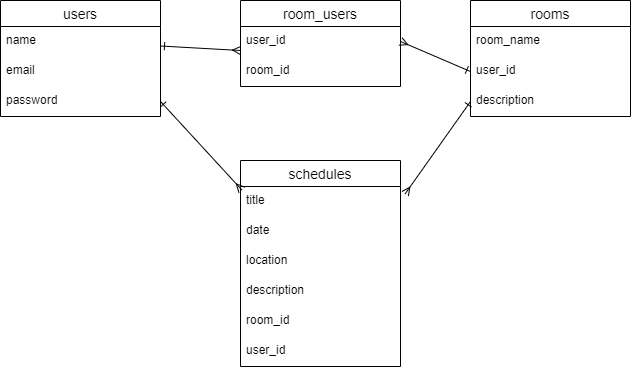
Above: schedule.png in moritak40123/scheduleapp (draw.io), before the change. Source tidied: cells renumbered, new cells last; positions are measured from the earlier drawing's top-left corner, leaving out a move shared by most shapes. The source it was exported from:
```xml
<mxGraphModel>
  <root>
    <mxCell id="0" />
    <mxCell id="1" parent="0" />
    <mxCell id="2" value="users" style="swimlane;fontStyle=0;horizontal=1;startSize=26;align=center;fontSize=14;" parent="1" vertex="1">
      <mxGeometry width="160" height="116" as="geometry" />
    </mxCell>
    <mxCell id="3" value="name" style="text;strokeColor=none;fillColor=none;spacingLeft=4;spacingRight=4;overflow=hidden;points=[[0,0.5],[1,0.5]];portConstraint=eastwest;fontSize=12;" parent="2" vertex="1">
      <mxGeometry y="26" width="160" height="30" as="geometry" />
    </mxCell>
    <mxCell id="4" value="email" style="text;strokeColor=none;fillColor=none;spacingLeft=4;spacingRight=4;overflow=hidden;fontSize=12;" parent="2" vertex="1">
      <mxGeometry y="56" width="160" height="30" as="geometry" />
    </mxCell>
    <mxCell id="5" value="password" style="text;strokeColor=none;fillColor=none;spacingLeft=4;spacingRight=4;overflow=hidden;points=[[0,0.5],[1,0.5]];portConstraint=eastwest;fontSize=12;" parent="2" vertex="1">
      <mxGeometry y="86" width="160" height="30" as="geometry" />
    </mxCell>
    <mxCell id="6" value="rooms" style="swimlane;fontStyle=0;horizontal=1;startSize=26;align=center;fontSize=14;" parent="1" vertex="1">
      <mxGeometry x="470" width="160" height="116" as="geometry" />
    </mxCell>
    <mxCell id="7" value="room_name" style="text;strokeColor=none;fillColor=none;spacingLeft=4;spacingRight=4;overflow=hidden;fontSize=12;" parent="6" vertex="1">
      <mxGeometry y="26" width="160" height="30" as="geometry" />
    </mxCell>
    <mxCell id="8" value="user_id" style="text;strokeColor=none;fillColor=none;spacingLeft=4;spacingRight=4;overflow=hidden;points=[[0,0.5],[1,0.5]];portConstraint=eastwest;fontSize=12;" parent="6" vertex="1">
      <mxGeometry y="56" width="160" height="30" as="geometry" />
    </mxCell>
    <mxCell id="9" value="description" style="text;strokeColor=none;fillColor=none;spacingLeft=4;spacingRight=4;overflow=hidden;points=[[0,0.5],[1,0.5]];portConstraint=eastwest;fontSize=12;" parent="6" vertex="1">
      <mxGeometry y="86" width="160" height="30" as="geometry" />
    </mxCell>
    <mxCell id="10" value="room_users" style="swimlane;fontStyle=0;horizontal=1;startSize=26;align=center;fontSize=14;" parent="1" vertex="1">
      <mxGeometry x="240" width="160" height="86" as="geometry" />
    </mxCell>
    <mxCell id="11" value="user_id" style="text;strokeColor=none;fillColor=none;spacingLeft=4;spacingRight=4;overflow=hidden;points=[[0,0.5],[1,0.5]];portConstraint=eastwest;fontSize=12;" parent="10" vertex="1">
      <mxGeometry y="26" width="160" height="30" as="geometry" />
    </mxCell>
    <mxCell id="12" value="room_id" style="text;strokeColor=none;fillColor=none;spacingLeft=4;spacingRight=4;overflow=hidden;fontSize=12;" parent="10" vertex="1">
      <mxGeometry y="56" width="160" height="30" as="geometry" />
    </mxCell>
    <mxCell id="13" value="schedules" style="swimlane;fontStyle=0;horizontal=1;startSize=26;align=center;fontSize=14;" parent="1" vertex="1">
      <mxGeometry x="240" y="160" width="160" height="206" as="geometry" />
    </mxCell>
    <mxCell id="14" value="title" style="text;strokeColor=none;fillColor=none;spacingLeft=4;spacingRight=4;overflow=hidden;points=[[0,0.5],[1,0.5]];portConstraint=eastwest;fontSize=12;" parent="13" vertex="1">
      <mxGeometry y="26" width="160" height="30" as="geometry" />
    </mxCell>
    <mxCell id="15" value="date" style="text;strokeColor=none;fillColor=none;spacingLeft=4;spacingRight=4;overflow=hidden;fontSize=12;" parent="13" vertex="1">
      <mxGeometry y="56" width="160" height="30" as="geometry" />
    </mxCell>
    <mxCell id="16" value="location" style="text;strokeColor=none;fillColor=none;spacingLeft=4;spacingRight=4;overflow=hidden;fontSize=12;" parent="13" vertex="1">
      <mxGeometry y="86" width="160" height="30" as="geometry" />
    </mxCell>
    <mxCell id="17" value="description" style="text;strokeColor=none;fillColor=none;spacingLeft=4;spacingRight=4;overflow=hidden;fontSize=12;" parent="13" vertex="1">
      <mxGeometry y="116" width="160" height="30" as="geometry" />
    </mxCell>
    <mxCell id="18" value="room_id" style="text;strokeColor=none;fillColor=none;spacingLeft=4;spacingRight=4;overflow=hidden;fontSize=12;" parent="13" vertex="1">
      <mxGeometry y="146" width="160" height="30" as="geometry" />
    </mxCell>
    <mxCell id="19" value="user_id" style="text;strokeColor=none;fillColor=none;spacingLeft=4;spacingRight=4;overflow=hidden;fontSize=12;" parent="13" vertex="1">
      <mxGeometry y="176" width="160" height="30" as="geometry" />
    </mxCell>
    <mxCell id="20" style="edgeStyle=none;html=1;entryX=0;entryY=0.8;entryDx=0;entryDy=0;endArrow=ERmany;endFill=0;entryPerimeter=0;startArrow=ERone;startFill=0;" parent="1" edge="1" source="3" target="11">
      <mxGeometry relative="1" as="geometry" />
    </mxCell>
    <mxCell id="21" style="edgeStyle=none;html=1;exitX=1;exitY=0.5;exitDx=0;exitDy=0;entryX=0;entryY=0.5;entryDx=0;entryDy=0;startArrow=ERmany;startFill=0;endArrow=ERone;endFill=0;" parent="1" edge="1" source="11" target="8">
      <mxGeometry relative="1" as="geometry" />
    </mxCell>
    <mxCell id="22" style="edgeStyle=none;html=1;exitX=0;exitY=0.5;exitDx=0;exitDy=0;entryX=1.029;entryY=0.244;entryDx=0;entryDy=0;startArrow=ERone;startFill=0;endArrow=ERmany;endFill=0;entryPerimeter=0;" parent="1" edge="1" source="9" target="14">
      <mxGeometry relative="1" as="geometry" />
    </mxCell>
    <mxCell id="23" style="edgeStyle=none;html=1;exitX=1;exitY=0.5;exitDx=0;exitDy=0;entryX=0.008;entryY=0.111;entryDx=0;entryDy=0;entryPerimeter=0;startArrow=ERone;startFill=0;endArrow=ERmany;endFill=0;" parent="1" edge="1" source="5" target="14">
      <mxGeometry relative="1" as="geometry" />
    </mxCell>
  </root>
</mxGraphModel>
```
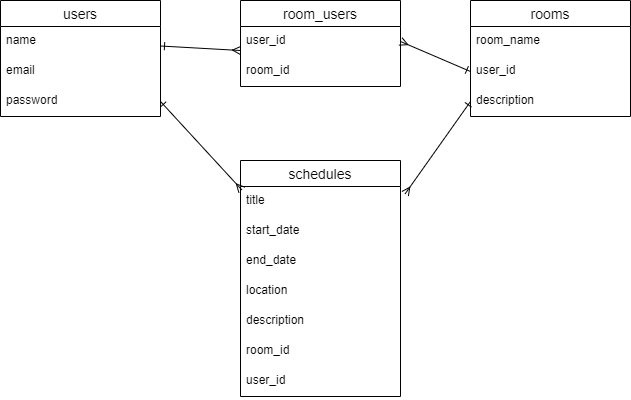
Above is the later version.

The edit, as a diff of the source:
```diff
@@ -36,25 +36,28 @@
       <mxGeometry y="56" width="160" height="30" as="geometry" />
     </mxCell>
     <mxCell id="13" value="schedules" style="swimlane;fontStyle=0;horizontal=1;startSize=26;align=center;fontSize=14;" parent="1" vertex="1">
-      <mxGeometry x="240" y="160" width="160" height="206" as="geometry" />
+      <mxGeometry x="240" y="160" width="160" height="236" as="geometry" />
     </mxCell>
     <mxCell id="14" value="title" style="text;strokeColor=none;fillColor=none;spacingLeft=4;spacingRight=4;overflow=hidden;points=[[0,0.5],[1,0.5]];portConstraint=eastwest;fontSize=12;" parent="13" vertex="1">
       <mxGeometry y="26" width="160" height="30" as="geometry" />
     </mxCell>
-    <mxCell id="15" value="date" style="text;strokeColor=none;fillColor=none;spacingLeft=4;spacingRight=4;overflow=hidden;fontSize=12;" parent="13" vertex="1">
+    <mxCell id="15" value="start_date" style="text;strokeColor=none;fillColor=none;spacingLeft=4;spacingRight=4;overflow=hidden;fontSize=12;" parent="13" vertex="1">
       <mxGeometry y="56" width="160" height="30" as="geometry" />
     </mxCell>
+    <mxCell id="24" value="end_date" style="text;strokeColor=none;fillColor=none;spacingLeft=4;spacingRight=4;overflow=hidden;fontSize=12;" parent="13" vertex="1">
+      <mxGeometry y="86" width="160" height="30" as="geometry" />
+    </mxCell>
     <mxCell id="16" value="location" style="text;strokeColor=none;fillColor=none;spacingLeft=4;spacingRight=4;overflow=hidden;fontSize=12;" parent="13" vertex="1">
-      <mxGeometry y="86" width="160" height="30" as="geometry" />
+      <mxGeometry y="116" width="160" height="30" as="geometry" />
     </mxCell>
     <mxCell id="17" value="description" style="text;strokeColor=none;fillColor=none;spacingLeft=4;spacingRight=4;overflow=hidden;fontSize=12;" parent="13" vertex="1">
-      <mxGeometry y="116" width="160" height="30" as="geometry" />
+      <mxGeometry y="146" width="160" height="30" as="geometry" />
     </mxCell>
     <mxCell id="18" value="room_id" style="text;strokeColor=none;fillColor=none;spacingLeft=4;spacingRight=4;overflow=hidden;fontSize=12;" parent="13" vertex="1">
-      <mxGeometry y="146" width="160" height="30" as="geometry" />
+      <mxGeometry y="176" width="160" height="30" as="geometry" />
     </mxCell>
     <mxCell id="19" value="user_id" style="text;strokeColor=none;fillColor=none;spacingLeft=4;spacingRight=4;overflow=hidden;fontSize=12;" parent="13" vertex="1">
-      <mxGeometry y="176" width="160" height="30" as="geometry" />
+      <mxGeometry y="206" width="160" height="30" as="geometry" />
     </mxCell>
     <mxCell id="20" style="edgeStyle=none;html=1;entryX=0;entryY=0.8;entryDx=0;entryDy=0;endArrow=ERmany;endFill=0;entryPerimeter=0;startArrow=ERone;startFill=0;" parent="1" edge="1" source="3" target="11">
       <mxGeometry relative="1" as="geometry" />
```
